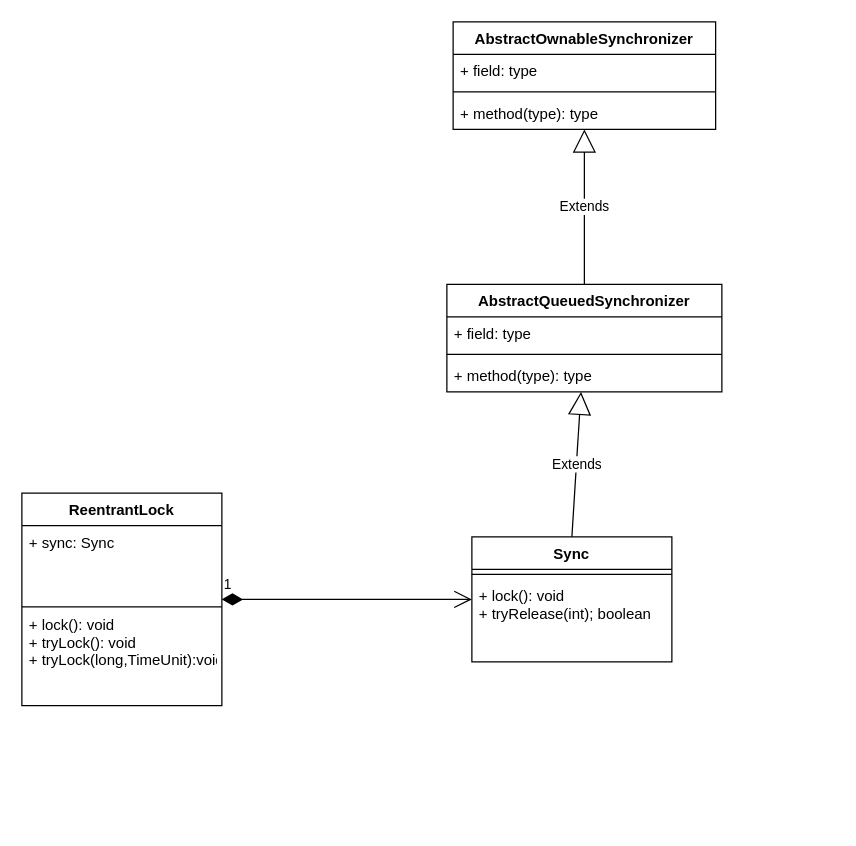
xiaomingcong/learnAlgorithm keeps this draw.io diagram as graphics/ReentrantLock、synchronized&AQS.drawio. Above is the earlier version. Source tidied: cells renumbered, new cells numbered last; positions are measured from the earlier drawing's top-left corner, leaving out a move shared by most shapes. Both pictures are drawn from the tidied source at 125%, with x=0, y=0 at pixel (21, 21).
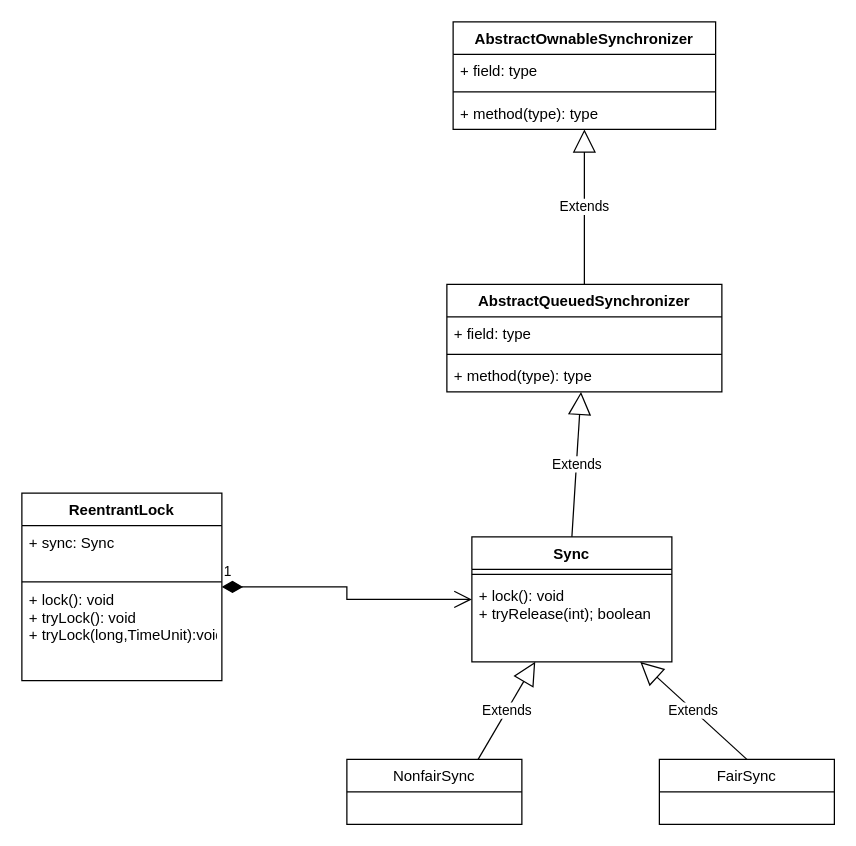
The same page after the edit.

Unchanged cells that the change refers to:
```xml
<mxCell id="6" value="Sync" style="swimlane;fontStyle=1;align=center;verticalAlign=top;horizontal=1;startSize=26;" parent="1" vertex="1">
  <mxGeometry x="360" y="412" width="160" height="100" as="geometry" />
</mxCell>
```

Diff of the diagram source:
```diff
@@
     <mxCell id="2" value="ReentrantLock" style="swimlane;fontStyle=1;align=center;verticalAlign=top;horizontal=1;startSize=26;" parent="1" vertex="1">
-      <mxGeometry y="377" width="160" height="170" as="geometry" />
+      <mxGeometry y="377" width="160" height="150" as="geometry" />
     </mxCell>
     <mxCell id="3" value="+ sync: Sync" style="text;strokeColor=none;fillColor=none;align=left;verticalAlign=top;spacingLeft=4;spacingRight=4;overflow=hidden;" parent="2" vertex="1">
-      <mxGeometry y="26" width="160" height="64" as="geometry" />
+      <mxGeometry y="26" width="160" height="44" as="geometry" />
     </mxCell>
     <mxCell id="4" style="line;strokeWidth=1;fillColor=none;align=left;verticalAlign=middle;spacingTop=-1;spacingLeft=3;spacingRight=3;labelPosition=right;" parent="2" vertex="1">
-      <mxGeometry y="90" width="160" height="2" as="geometry" />
+      <mxGeometry y="70" width="160" height="2" as="geometry" />
     </mxCell>
     <mxCell id="5" value="+ lock(): void&#10;+ tryLock(): void&#10;+ tryLock(long,TimeUnit):void" style="text;strokeColor=none;fillColor=none;align=left;verticalAlign=top;spacingLeft=4;spacingRight=4;overflow=hidden;" parent="2" vertex="1">
-      <mxGeometry y="92" width="160" height="78" as="geometry" />
+      <mxGeometry y="72" width="160" height="78" as="geometry" />
     </mxCell>
@@
+    <mxCell id="20" value="NonfairSync" style="swimlane;fontStyle=0;horizontal=1;startSize=26;fillColor=none;" parent="1" vertex="1">
+      <mxGeometry x="260" y="590" width="140" height="52" as="geometry" />
+    </mxCell>
+    <mxCell id="21" value="FairSync" style="swimlane;fontStyle=0;horizontal=1;startSize=26;fillColor=none;" parent="1" vertex="1">
+      <mxGeometry x="510" y="590" width="140" height="52" as="geometry" />
+    </mxCell>
+    <mxCell id="22" value="Extends" style="endArrow=block;endSize=16;endFill=0;html=1;rounded=0;exitX=0.75;exitY=0;exitDx=0;exitDy=0;" parent="1" edge="1" source="20" target="6">
+      <mxGeometry relative="1" as="geometry" />
+    </mxCell>
+    <mxCell id="23" value="Extends" style="endArrow=block;endSize=16;endFill=0;html=1;rounded=0;exitX=0.5;exitY=0;exitDx=0;exitDy=0;" parent="1" edge="1" source="21" target="6">
+      <mxGeometry relative="1" as="geometry" />
+    </mxCell>
```
